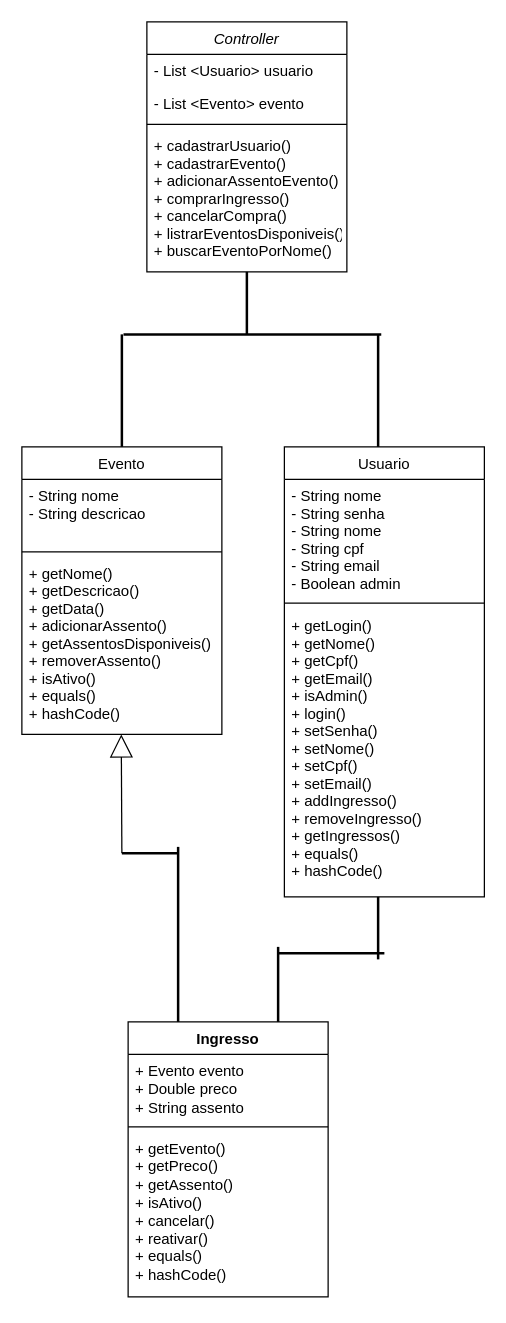
Earlier version of the draw.io diagram Diagrama de Classes PBL1.drawio (davidm34/MI---Programa-o). Source tidied: cells renumbered, new cells numbered last; positions are measured from the earlier drawing's top-left corner, leaving out a move shared by most shapes. Both pictures are drawn from the tidied source at 125%, with x=0, y=0 at pixel (21, 21).
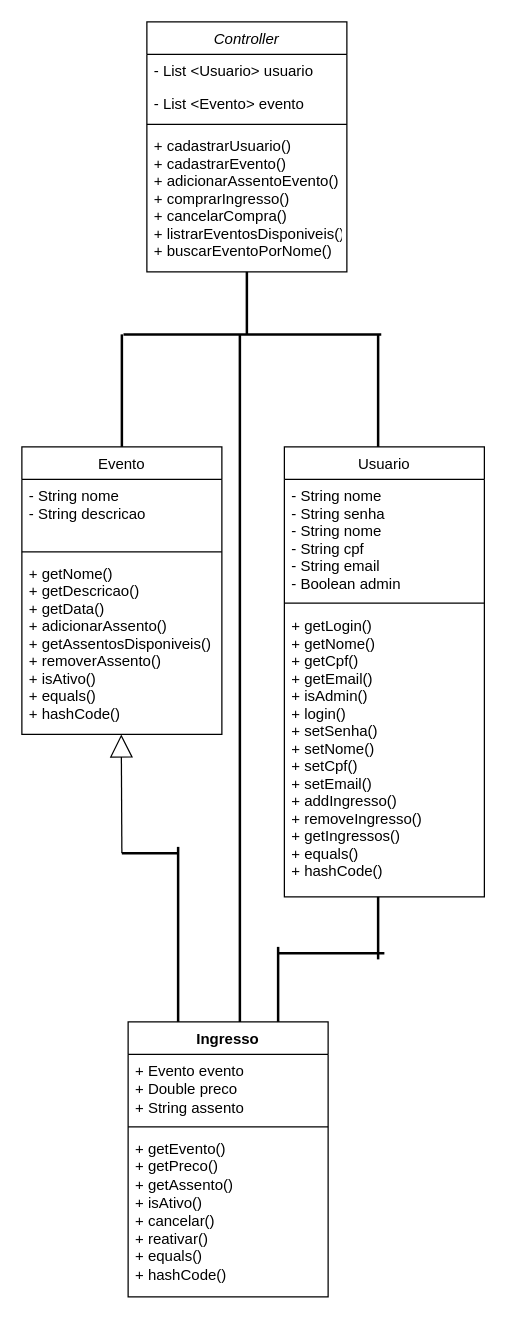
After the change.

Commit message:
atualizando o diagrama

The edit, as a diff of the source:
```diff
@@
+    <mxCell id="29" style="line;strokeWidth=2;direction=south;html=1;" parent="1" vertex="1">
+      <mxGeometry x="169.4" y="250" width="10" height="550" as="geometry" />
+    </mxCell>
```
